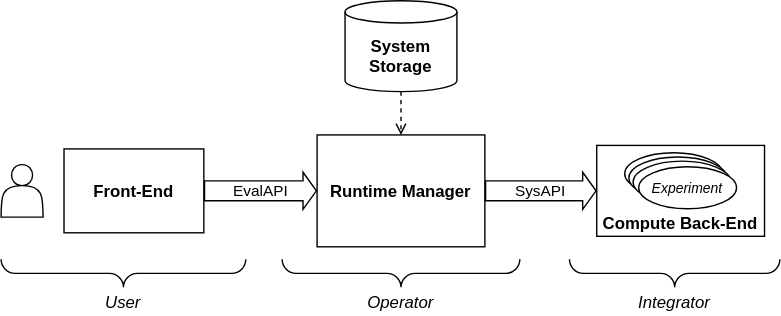
The draw.io diagram doc/sunrise_overview.svg in boschresearch/sunrise.demonstrator, before a commit. Source tidied: cells renumbered, new cells last; positions are measured from the earlier drawing's top-left corner, leaving out a move shared by most shapes. The source it was exported from:
```xml
<mxGraphModel>
  <root>
    <mxCell id="0" />
    <mxCell id="1" parent="0" />
    <mxCell id="2" value="Runtime Manager" style="rounded=0;fontStyle=1;labelBackgroundColor=none;" parent="1" vertex="1">
      <mxGeometry x="226" y="96" width="120" height="80" as="geometry" />
    </mxCell>
    <mxCell id="3" value="Front-End" style="rounded=0;fontStyle=1;labelBackgroundColor=none;" parent="1" vertex="1">
      <mxGeometry x="45" y="106" width="100" height="60" as="geometry" />
    </mxCell>
    <mxCell id="4" style="shape=actor;labelBackgroundColor=none;rounded=0;" parent="1" vertex="1">
      <mxGeometry y="117.2" width="30" height="37.5" as="geometry" />
    </mxCell>
    <mxCell id="5" value="System&#10;Storage" style="shape=cylinder3;boundedLbl=1;backgroundOutline=1;size=8.000000000000021;fontStyle=1;labelBackgroundColor=none;rounded=0;" parent="1" vertex="1">
      <mxGeometry x="246" width="80" height="65" as="geometry" />
    </mxCell>
    <mxCell id="6" value="EvalAPI" style="shape=flexArrow;endArrow=classic;rounded=0;entryX=0;entryY=0.5;entryDx=0;entryDy=0;exitX=1;exitY=0.5;exitDx=0;exitDy=0;width=14.24;endSize=2.8528;endWidth=11.3216;fontColor=default;labelBackgroundColor=none;" parent="1" edge="1" source="3" target="2">
      <mxGeometry relative="1" as="geometry" />
    </mxCell>
    <mxCell id="7" value="SysAPI" style="shape=flexArrow;endArrow=classic;rounded=0;entryX=0;entryY=0.5;entryDx=0;entryDy=0;width=14.24;endSize=2.8528;endWidth=11.3216;fontColor=default;labelBackgroundColor=none;exitX=1;exitY=0.5;exitDx=0;exitDy=0;" parent="1" edge="1" source="2" target="8">
      <mxGeometry relative="1" as="geometry" />
    </mxCell>
    <mxCell id="8" value="Compute Back-End" style="rounded=0;verticalAlign=bottom;fontStyle=1;labelBackgroundColor=none;" parent="1" vertex="1">
      <mxGeometry x="426" y="103.5" width="120" height="65" as="geometry" />
    </mxCell>
    <mxCell id="9" style="ellipse;fontSize=10;fontStyle=2;labelBackgroundColor=none;rounded=0;" parent="1" vertex="1">
      <mxGeometry x="446" y="108.8" width="70" height="30" as="geometry" />
    </mxCell>
    <mxCell id="10" style="ellipse;fontSize=10;fontStyle=2;labelBackgroundColor=none;rounded=0;" parent="1" vertex="1">
      <mxGeometry x="449" y="111.8" width="70" height="30" as="geometry" />
    </mxCell>
    <mxCell id="11" style="ellipse;fontSize=10;fontStyle=2;labelBackgroundColor=none;rounded=0;" parent="1" vertex="1">
      <mxGeometry x="452" y="114.8" width="70" height="30" as="geometry" />
    </mxCell>
    <mxCell id="12" value="Experiment" style="ellipse;fontSize=10;fontStyle=2;labelBackgroundColor=none;rounded=0;" parent="1" vertex="1">
      <mxGeometry x="456" y="118.8" width="70" height="30" as="geometry" />
    </mxCell>
    <mxCell id="13" style="endArrow=open;rounded=0;entryX=0.5;entryY=0;entryDx=0;entryDy=0;exitX=0.5;exitY=1;exitDx=0;exitDy=0;exitPerimeter=0;dashed=1;endFill=0;labelBackgroundColor=none;fontColor=default;" parent="1" edge="1" source="5" target="2">
      <mxGeometry relative="1" as="geometry" />
    </mxCell>
    <mxCell id="14" style="verticalLabelPosition=bottom;shadow=0;dashed=0;align=center;verticalAlign=top;strokeWidth=1;shape=mxgraph.mockup.markup.curlyBrace;rotation=-180;labelBackgroundColor=none;rounded=0;" parent="1" vertex="1">
      <mxGeometry y="185" width="175" height="20" as="geometry" />
    </mxCell>
    <mxCell id="15" style="verticalLabelPosition=bottom;shadow=0;dashed=0;align=center;verticalAlign=top;strokeWidth=1;shape=mxgraph.mockup.markup.curlyBrace;rotation=-180;labelBackgroundColor=none;rounded=0;" parent="1" vertex="1">
      <mxGeometry x="201" y="185" width="170" height="20" as="geometry" />
    </mxCell>
    <mxCell id="16" style="verticalLabelPosition=bottom;shadow=0;dashed=0;align=center;verticalAlign=top;strokeWidth=1;shape=mxgraph.mockup.markup.curlyBrace;rotation=-180;labelBackgroundColor=none;rounded=0;" parent="1" vertex="1">
      <mxGeometry x="406.5" y="185" width="150.5" height="20" as="geometry" />
    </mxCell>
    <mxCell id="17" value="User" style="text;align=center;verticalAlign=middle;rounded=0;labelBackgroundColor=none;fontStyle=2;" parent="1" vertex="1">
      <mxGeometry x="57.5" y="205" width="60" height="20" as="geometry" />
    </mxCell>
    <mxCell id="18" value="Operator" style="text;align=center;verticalAlign=middle;rounded=0;labelBackgroundColor=none;fontStyle=2;" parent="1" vertex="1">
      <mxGeometry x="256" y="205" width="60" height="20" as="geometry" />
    </mxCell>
    <mxCell id="19" value="Integrator" style="text;align=center;verticalAlign=middle;rounded=0;labelBackgroundColor=none;fontStyle=2;" parent="1" vertex="1">
      <mxGeometry x="451.8" y="205" width="60" height="20" as="geometry" />
    </mxCell>
  </root>
</mxGraphModel>
```
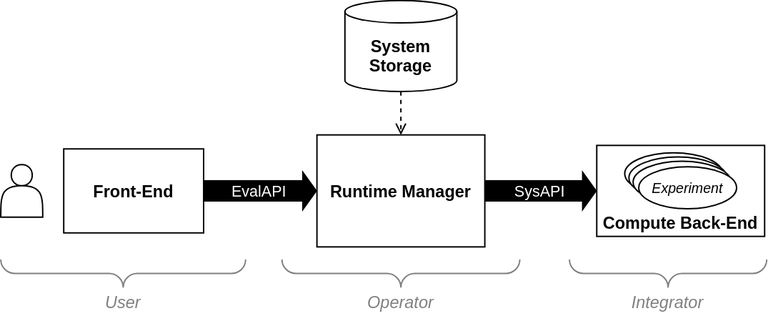
After the change.

Commit message:
improved readability of overview figure in readme

Change to the diagram source:
```diff
@@ -2,59 +2,62 @@
   <root>
     <mxCell id="0" />
     <mxCell id="1" parent="0" />
+    <mxCell id="7" value="SysAPI" style="shape=flexArrow;endArrow=classic;rounded=0;entryX=0;entryY=0.5;entryDx=0;entryDy=0;width=14.24;endSize=2.8528;endWidth=11.3216;fillColor=light-dark(#000000,#FFFFFF);fontColor=light-dark(#FFFFFF,#000000);labelBackgroundColor=none;exitX=1;exitY=0.5;exitDx=0;exitDy=0;sourcePerimeterSpacing=0;" parent="1" edge="1">
+      <mxGeometry relative="1" as="geometry">
+        <mxPoint x="345" y="136" as="sourcePoint" />
+        <mxPoint x="426" y="136" as="targetPoint" />
+      </mxGeometry>
+    </mxCell>
+    <mxCell id="6" value="EvalAPI" style="shape=flexArrow;endArrow=classic;rounded=0;entryX=0;entryY=0.5;entryDx=0;entryDy=0;exitX=0.986;exitY=0.5;exitDx=0;exitDy=0;width=14.24;endSize=2.8528;endWidth=11.3216;fillColor=light-dark(#000000,#FFFFFF);fontColor=light-dark(#FFFFFF,#000000);labelBackgroundColor=none;exitPerimeter=0;" parent="1" edge="1" source="3" target="2">
+      <mxGeometry relative="1" as="geometry" />
+    </mxCell>
-    <mxCell id="2" value="Runtime Manager" style="rounded=0;fontStyle=1;labelBackgroundColor=none;" parent="1" vertex="1">
+    <mxCell id="2" value="Runtime Manager" style="rounded=0;fontStyle=1;" parent="1" vertex="1">
       <mxGeometry x="226" y="96" width="120" height="80" as="geometry" />
     </mxCell>
-    <mxCell id="3" value="Front-End" style="rounded=0;fontStyle=1;labelBackgroundColor=none;" parent="1" vertex="1">
+    <mxCell id="3" value="Front-End" style="rounded=0;fontStyle=1;" parent="1" vertex="1">
       <mxGeometry x="45" y="106" width="100" height="60" as="geometry" />
     </mxCell>
-    <mxCell id="4" style="shape=actor;labelBackgroundColor=none;rounded=0;" parent="1" vertex="1">
+    <mxCell id="4" style="shape=actor;" parent="1" vertex="1">
       <mxGeometry y="117.2" width="30" height="37.5" as="geometry" />
     </mxCell>
-    <mxCell id="5" value="System&#10;Storage" style="shape=cylinder3;boundedLbl=1;backgroundOutline=1;size=8.000000000000021;fontStyle=1;labelBackgroundColor=none;rounded=0;" parent="1" vertex="1">
+    <mxCell id="5" value="System&#10;Storage" style="shape=cylinder3;boundedLbl=1;backgroundOutline=1;size=8.000000000000021;fontStyle=1;" parent="1" vertex="1">
       <mxGeometry x="246" width="80" height="65" as="geometry" />
     </mxCell>
-    <mxCell id="6" value="EvalAPI" style="shape=flexArrow;endArrow=classic;rounded=0;entryX=0;entryY=0.5;entryDx=0;entryDy=0;exitX=1;exitY=0.5;exitDx=0;exitDy=0;width=14.24;endSize=2.8528;endWidth=11.3216;fontColor=default;labelBackgroundColor=none;" parent="1" edge="1" source="3" target="2">
-      <mxGeometry relative="1" as="geometry" />
-    </mxCell>
-    <mxCell id="7" value="SysAPI" style="shape=flexArrow;endArrow=classic;rounded=0;entryX=0;entryY=0.5;entryDx=0;entryDy=0;width=14.24;endSize=2.8528;endWidth=11.3216;fontColor=default;labelBackgroundColor=none;exitX=1;exitY=0.5;exitDx=0;exitDy=0;" parent="1" edge="1" source="2" target="8">
-      <mxGeometry relative="1" as="geometry" />
-    </mxCell>
-    <mxCell id="8" value="Compute Back-End" style="rounded=0;verticalAlign=bottom;fontStyle=1;labelBackgroundColor=none;" parent="1" vertex="1">
+    <mxCell id="8" value="Compute Back-End" style="rounded=0;verticalAlign=bottom;fontStyle=1;" parent="1" vertex="1">
       <mxGeometry x="426" y="103.5" width="120" height="65" as="geometry" />
     </mxCell>
-    <mxCell id="9" style="ellipse;fontSize=10;fontStyle=2;labelBackgroundColor=none;rounded=0;" parent="1" vertex="1">
+    <mxCell id="9" style="ellipse;fontSize=10;fontStyle=2;" parent="1" vertex="1">
       <mxGeometry x="446" y="108.8" width="70" height="30" as="geometry" />
     </mxCell>
-    <mxCell id="10" style="ellipse;fontSize=10;fontStyle=2;labelBackgroundColor=none;rounded=0;" parent="1" vertex="1">
+    <mxCell id="10" style="ellipse;fontSize=10;fontStyle=2;" parent="1" vertex="1">
       <mxGeometry x="449" y="111.8" width="70" height="30" as="geometry" />
     </mxCell>
-    <mxCell id="11" style="ellipse;fontSize=10;fontStyle=2;labelBackgroundColor=none;rounded=0;" parent="1" vertex="1">
+    <mxCell id="11" style="ellipse;fontSize=10;fontStyle=2;" parent="1" vertex="1">
       <mxGeometry x="452" y="114.8" width="70" height="30" as="geometry" />
     </mxCell>
-    <mxCell id="12" value="Experiment" style="ellipse;fontSize=10;fontStyle=2;labelBackgroundColor=none;rounded=0;" parent="1" vertex="1">
+    <mxCell id="12" value="Experiment" style="ellipse;fontSize=10;fontStyle=2;" parent="1" vertex="1">
       <mxGeometry x="456" y="118.8" width="70" height="30" as="geometry" />
     </mxCell>
-    <mxCell id="13" style="endArrow=open;rounded=0;entryX=0.5;entryY=0;entryDx=0;entryDy=0;exitX=0.5;exitY=1;exitDx=0;exitDy=0;exitPerimeter=0;dashed=1;endFill=0;labelBackgroundColor=none;fontColor=default;" parent="1" edge="1" source="5" target="2">
+    <mxCell id="13" style="endArrow=open;rounded=0;entryX=0.5;entryY=0;entryDx=0;entryDy=0;exitX=0.5;exitY=1;exitDx=0;exitDy=0;exitPerimeter=0;dashed=1;endFill=0;" parent="1" edge="1" source="5" target="2">
       <mxGeometry relative="1" as="geometry" />
     </mxCell>
-    <mxCell id="14" style="verticalLabelPosition=bottom;shadow=0;dashed=0;align=center;verticalAlign=top;strokeWidth=1;shape=mxgraph.mockup.markup.curlyBrace;rotation=-180;labelBackgroundColor=none;rounded=0;" parent="1" vertex="1">
+    <mxCell id="14" style="verticalLabelPosition=bottom;shadow=0;dashed=0;align=center;verticalAlign=top;strokeWidth=1;shape=mxgraph.mockup.markup.curlyBrace;strokeColor=light-dark(#808080,#CCCCCC);rotation=-180;fillColor=none;" parent="1" vertex="1">
       <mxGeometry y="185" width="175" height="20" as="geometry" />
     </mxCell>
-    <mxCell id="15" style="verticalLabelPosition=bottom;shadow=0;dashed=0;align=center;verticalAlign=top;strokeWidth=1;shape=mxgraph.mockup.markup.curlyBrace;rotation=-180;labelBackgroundColor=none;rounded=0;" parent="1" vertex="1">
+    <mxCell id="15" style="verticalLabelPosition=bottom;shadow=0;dashed=0;align=center;verticalAlign=top;strokeWidth=1;shape=mxgraph.mockup.markup.curlyBrace;strokeColor=light-dark(#808080,#CCCCCC);rotation=-180;fillColor=none;" parent="1" vertex="1">
       <mxGeometry x="201" y="185" width="170" height="20" as="geometry" />
     </mxCell>
-    <mxCell id="16" style="verticalLabelPosition=bottom;shadow=0;dashed=0;align=center;verticalAlign=top;strokeWidth=1;shape=mxgraph.mockup.markup.curlyBrace;rotation=-180;labelBackgroundColor=none;rounded=0;" parent="1" vertex="1">
-      <mxGeometry x="406.5" y="185" width="150.5" height="20" as="geometry" />
+    <mxCell id="16" style="verticalLabelPosition=bottom;shadow=0;dashed=0;align=center;verticalAlign=top;strokeWidth=1;shape=mxgraph.mockup.markup.curlyBrace;strokeColor=light-dark(#808080,#CCCCCC);rotation=-180;fillColor=none;" parent="1" vertex="1">
+      <mxGeometry x="406.5" y="185" width="141" height="20" as="geometry" />
     </mxCell>
-    <mxCell id="17" value="User" style="text;align=center;verticalAlign=middle;rounded=0;labelBackgroundColor=none;fontStyle=2;" parent="1" vertex="1">
+    <mxCell id="17" value="User" style="text;align=center;verticalAlign=middle;rounded=0;labelBackgroundColor=none;fontColor=light-dark(#808080, #cccccc);fontStyle=2;strokeColor=none;fillColor=none;" parent="1" vertex="1">
       <mxGeometry x="57.5" y="205" width="60" height="20" as="geometry" />
     </mxCell>
-    <mxCell id="18" value="Operator" style="text;align=center;verticalAlign=middle;rounded=0;labelBackgroundColor=none;fontStyle=2;" parent="1" vertex="1">
+    <mxCell id="18" value="Operator" style="text;align=center;verticalAlign=middle;rounded=0;labelBackgroundColor=none;fontColor=light-dark(#808080, #cccccc);fontStyle=2;strokeColor=none;fillColor=none;" parent="1" vertex="1">
       <mxGeometry x="256" y="205" width="60" height="20" as="geometry" />
     </mxCell>
-    <mxCell id="19" value="Integrator" style="text;align=center;verticalAlign=middle;rounded=0;labelBackgroundColor=none;fontStyle=2;" parent="1" vertex="1">
-      <mxGeometry x="451.8" y="205" width="60" height="20" as="geometry" />
+    <mxCell id="19" value="Integrator" style="text;align=center;verticalAlign=middle;rounded=0;labelBackgroundColor=none;fontColor=light-dark(#808080, #cccccc);fontStyle=2;strokeColor=none;fillColor=none;" parent="1" vertex="1">
+      <mxGeometry x="446.8" y="205" width="60" height="20" as="geometry" />
     </mxCell>
   </root>
 </mxGraphModel>
```
